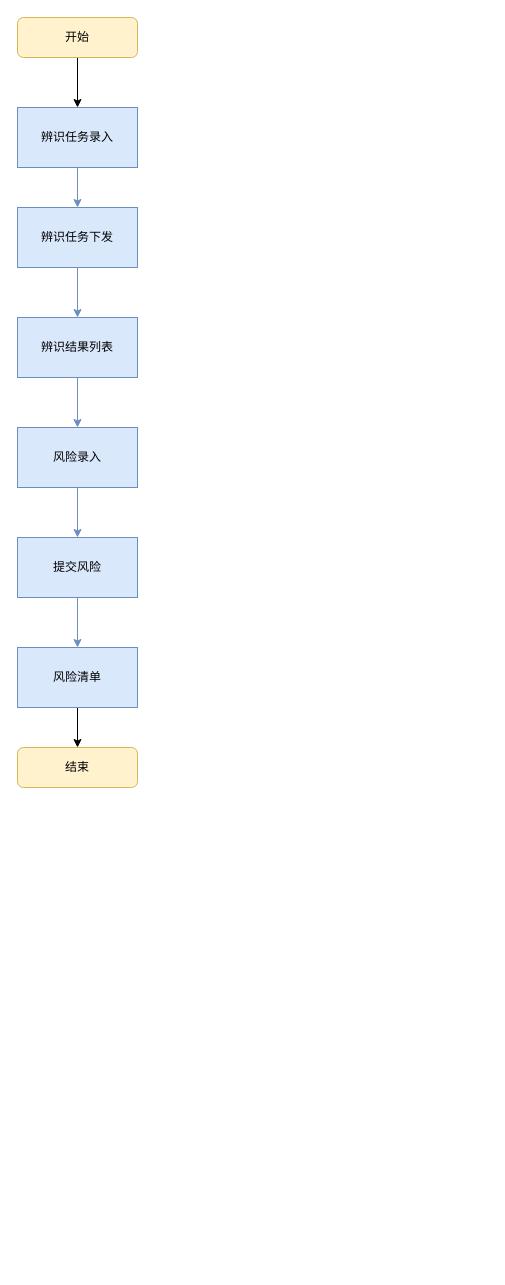
The draw.io diagram 双预控-风险.drawio in 20123136/draw-io-fiels, before the edit. Source tidied: cells renumbered, new cells numbered last; positions are measured from the earlier drawing's top-left corner, leaving out a move shared by most shapes. Both pictures are drawn from the tidied source at 100%, with x=0, y=0 at pixel (17, 17).
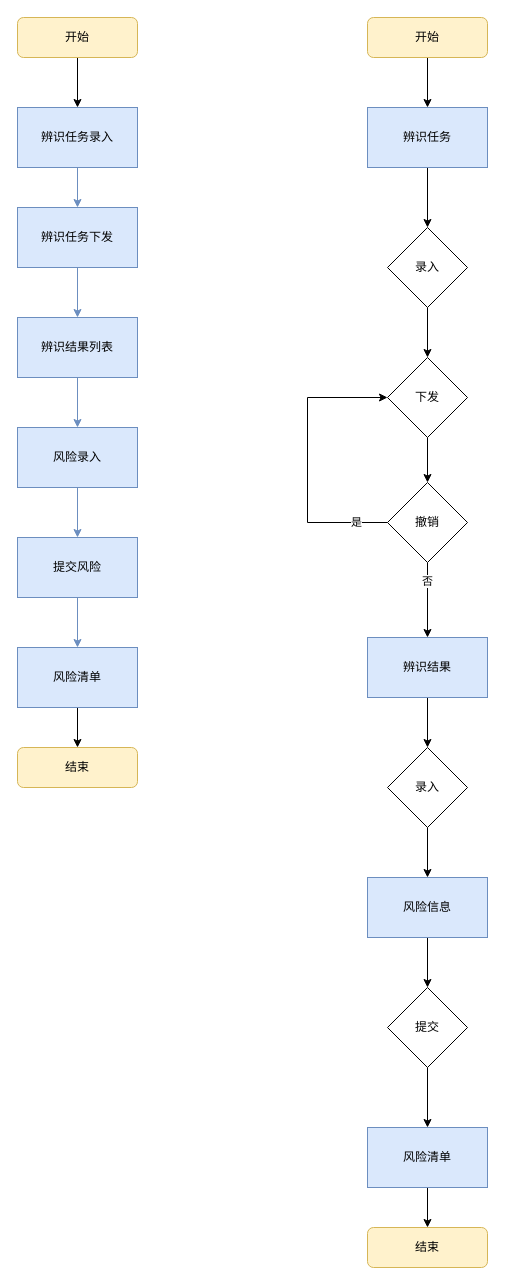
Above is the later version.

Commit message (it also covers changes not shown here):
更新双预控-风险.drawio

Change to the diagram source:
```diff
@@
+    <mxCell id="17" style="edgeStyle=orthogonalEdgeStyle;rounded=0;jettySize=auto;html=1;entryX=0.5;entryY=0;entryDx=0;entryDy=0;" parent="1" edge="1" source="18" target="20">
+      <mxGeometry relative="1" as="geometry" />
+    </mxCell>
+    <mxCell id="18" value="开始" style="rounded=1;whiteSpace=wrap;html=1;fontSize=12;glass=0;strokeWidth=1;shadow=0;fillColor=#fff2cc;strokeColor=#d6b656;" parent="1" vertex="1">
+      <mxGeometry x="350" width="120" height="40" as="geometry" />
+    </mxCell>
+    <mxCell id="19" style="edgeStyle=orthogonalEdgeStyle;rounded=0;jettySize=auto;html=1;entryX=0.5;entryY=0;entryDx=0;entryDy=0;" parent="1" edge="1" source="20" target="22">
+      <mxGeometry relative="1" as="geometry" />
+    </mxCell>
+    <mxCell id="20" value="辨识任务" style="rounded=0;whiteSpace=wrap;html=1;fillColor=#dae8fc;strokeColor=#6c8ebf;" parent="1" vertex="1">
+      <mxGeometry x="350" y="90" width="120" height="60" as="geometry" />
+    </mxCell>
+    <mxCell id="21" style="edgeStyle=orthogonalEdgeStyle;rounded=0;jettySize=auto;html=1;entryX=0.5;entryY=0;entryDx=0;entryDy=0;" parent="1" edge="1" source="22" target="24">
+      <mxGeometry relative="1" as="geometry" />
+    </mxCell>
+    <mxCell id="22" value="录入" style="rhombus;whiteSpace=wrap;html=1;" parent="1" vertex="1">
+      <mxGeometry x="370" y="210" width="80" height="80" as="geometry" />
+    </mxCell>
+    <mxCell id="23" style="edgeStyle=orthogonalEdgeStyle;rounded=0;jettySize=auto;html=1;entryX=0.5;entryY=0;entryDx=0;entryDy=0;" parent="1" edge="1" source="24" target="29">
+      <mxGeometry relative="1" as="geometry" />
+    </mxCell>
+    <mxCell id="24" value="下发" style="rhombus;whiteSpace=wrap;html=1;" parent="1" vertex="1">
+      <mxGeometry x="370" y="340" width="80" height="80" as="geometry" />
+    </mxCell>
+    <mxCell id="25" style="edgeStyle=orthogonalEdgeStyle;rounded=0;jettySize=auto;html=1;entryX=0;entryY=0.5;entryDx=0;entryDy=0;" parent="1" edge="1" source="29" target="24">
+      <mxGeometry relative="1" as="geometry">
+        <Array as="points">
+          <mxPoint x="290" y="505" />
+          <mxPoint x="290" y="380" />
+        </Array>
+      </mxGeometry>
+    </mxCell>
+    <mxCell id="26" value="是" style="edgeLabel;html=1;align=center;verticalAlign=middle;" parent="25" vertex="1">
+      <mxGeometry x="-0.77" y="-1" relative="1" as="geometry">
+        <mxPoint x="1" as="offset" />
+      </mxGeometry>
+    </mxCell>
+    <mxCell id="27" style="edgeStyle=orthogonalEdgeStyle;rounded=0;jettySize=auto;html=1;entryX=0.5;entryY=0;entryDx=0;entryDy=0;" parent="1" edge="1" source="29" target="31">
+      <mxGeometry relative="1" as="geometry" />
+    </mxCell>
+    <mxCell id="28" value="否" style="edgeLabel;html=1;align=center;verticalAlign=middle;" parent="27" vertex="1">
+      <mxGeometry x="-0.54" y="-1" relative="1" as="geometry">
+        <mxPoint y="1" as="offset" />
+      </mxGeometry>
+    </mxCell>
+    <mxCell id="29" value="撤销" style="rhombus;whiteSpace=wrap;html=1;" parent="1" vertex="1">
+      <mxGeometry x="370" y="465" width="80" height="80" as="geometry" />
+    </mxCell>
+    <mxCell id="30" style="edgeStyle=orthogonalEdgeStyle;rounded=0;jettySize=auto;html=1;entryX=0.5;entryY=0;entryDx=0;entryDy=0;" parent="1" edge="1" source="31" target="33">
+      <mxGeometry relative="1" as="geometry" />
+    </mxCell>
+    <mxCell id="31" value="辨识结果" style="rounded=0;whiteSpace=wrap;html=1;fillColor=#dae8fc;strokeColor=#6c8ebf;" parent="1" vertex="1">
+      <mxGeometry x="350" y="620" width="120" height="60" as="geometry" />
+    </mxCell>
+    <mxCell id="32" style="edgeStyle=orthogonalEdgeStyle;rounded=0;jettySize=auto;html=1;entryX=0.5;entryY=0;entryDx=0;entryDy=0;" parent="1" edge="1" source="33" target="35">
+      <mxGeometry relative="1" as="geometry" />
+    </mxCell>
+    <mxCell id="33" value="录入" style="rhombus;whiteSpace=wrap;html=1;" parent="1" vertex="1">
+      <mxGeometry x="370" y="730" width="80" height="80" as="geometry" />
+    </mxCell>
+    <mxCell id="34" style="edgeStyle=orthogonalEdgeStyle;rounded=0;jettySize=auto;html=1;entryX=0.5;entryY=0;entryDx=0;entryDy=0;" parent="1" edge="1" source="35" target="37">
+      <mxGeometry relative="1" as="geometry" />
+    </mxCell>
+    <mxCell id="35" value="风险信息" style="rounded=0;whiteSpace=wrap;html=1;fillColor=#dae8fc;strokeColor=#6c8ebf;" parent="1" vertex="1">
+      <mxGeometry x="350" y="860" width="120" height="60" as="geometry" />
+    </mxCell>
+    <mxCell id="36" style="edgeStyle=orthogonalEdgeStyle;rounded=0;jettySize=auto;html=1;entryX=0.5;entryY=0;entryDx=0;entryDy=0;" parent="1" edge="1" source="37" target="39">
+      <mxGeometry relative="1" as="geometry" />
+    </mxCell>
+    <mxCell id="37" value="提交" style="rhombus;whiteSpace=wrap;html=1;" parent="1" vertex="1">
+      <mxGeometry x="370" y="970" width="80" height="80" as="geometry" />
+    </mxCell>
+    <mxCell id="38" style="edgeStyle=orthogonalEdgeStyle;rounded=0;jettySize=auto;html=1;entryX=0.5;entryY=0;entryDx=0;entryDy=0;" parent="1" edge="1" source="39" target="40">
+      <mxGeometry relative="1" as="geometry" />
+    </mxCell>
+    <mxCell id="39" value="风险清单" style="rounded=0;whiteSpace=wrap;html=1;fillColor=#dae8fc;strokeColor=#6c8ebf;" parent="1" vertex="1">
+      <mxGeometry x="350" y="1110" width="120" height="60" as="geometry" />
+    </mxCell>
+    <mxCell id="40" value="结束" style="rounded=1;whiteSpace=wrap;html=1;fontSize=12;glass=0;strokeWidth=1;shadow=0;fillColor=#fff2cc;strokeColor=#d6b656;" parent="1" vertex="1">
+      <mxGeometry x="350" y="1210" width="120" height="40" as="geometry" />
+    </mxCell>
```
